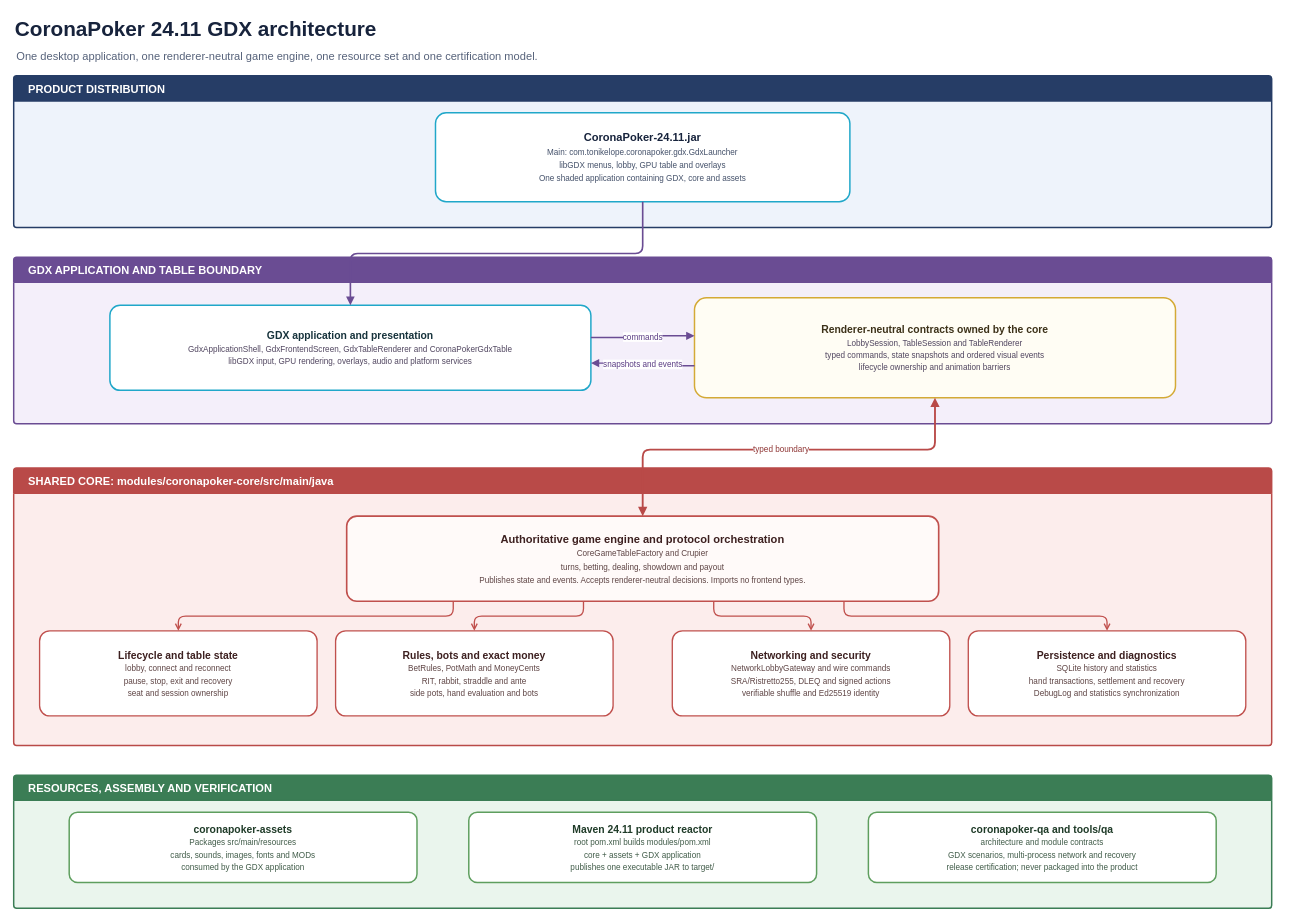
Before: docs/diagrams/coronapoker-module-map.drawio in tonikelope/coronapoker, a draw.io diagram. Source tidied: cells renumbered, new cells numbered last; positions are measured from the earlier drawing's top-left corner, leaving out a move shared by most shapes. Both pictures are drawn from the tidied source at 74%, with x=0, y=0 at pixel (13, 13).
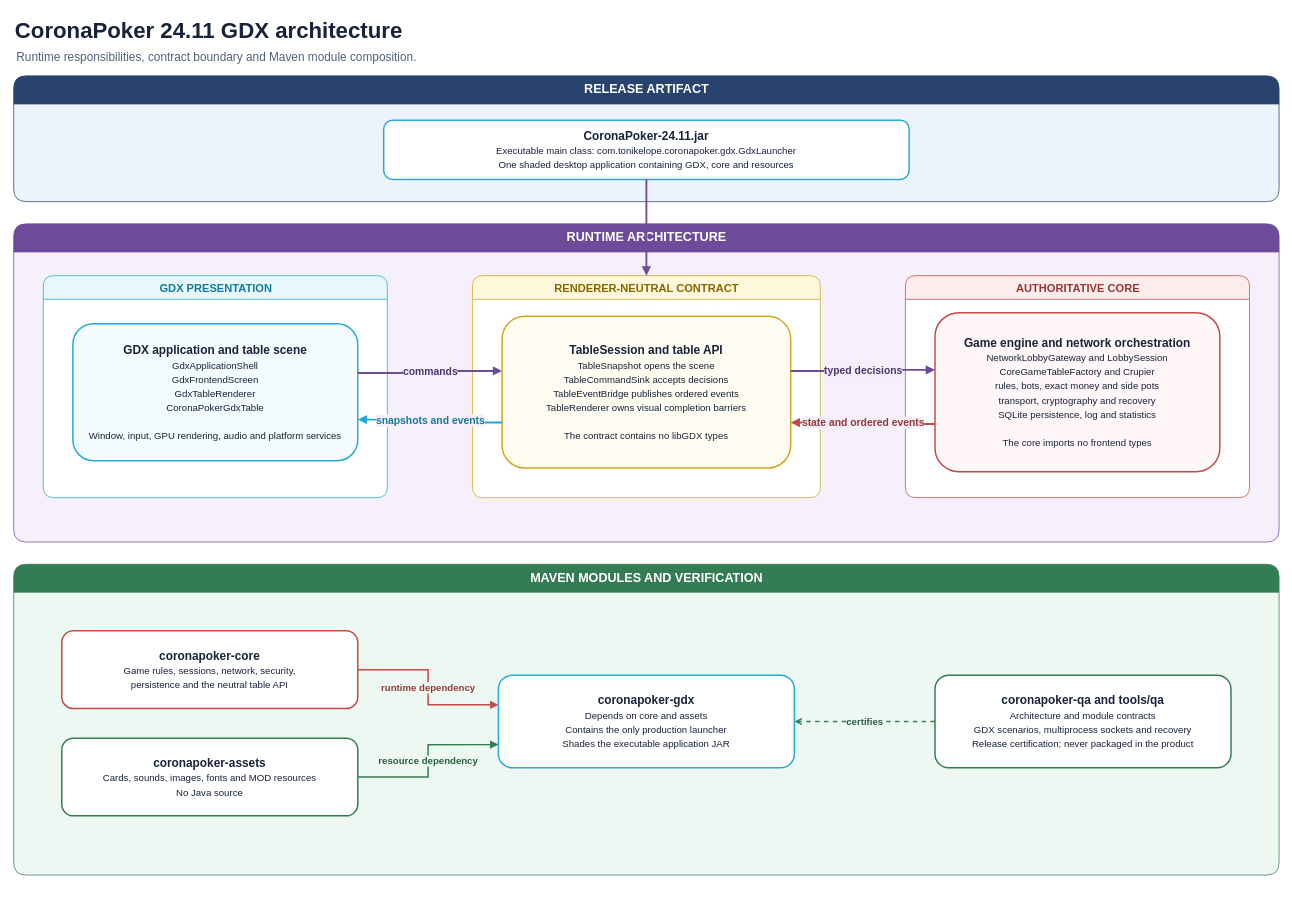
The same page after the edit.

Commit message (it also covers changes not shown here):
docs: redraw GDX architecture diagrams

Diff of the diagram source:
```diff
@@
-<mxGraphModel>
+<mxGraphModel background="#FFFFFF">
@@
-    <mxCell id="2" value="CoronaPoker 24.11 GDX architecture" style="text;html=1;fontSize=28;fontStyle=1;fontColor=#17233c;align=left;verticalAlign=middle;" parent="1" vertex="1">
-      <mxGeometry width="1350" height="42" as="geometry" />
+    <mxCell id="2" value="CoronaPoker 24.11 GDX architecture" style="text;html=1;strokeColor=none;fillColor=none;align=left;verticalAlign=middle;fontSize=30;fontStyle=1;fontColor=#17233B;" parent="1" vertex="1">
+      <mxGeometry width="1050" height="45" as="geometry" />
     </mxCell>
-    <mxCell id="3" value="One desktop application, one renderer-neutral game engine, one resource set and one certification model." style="text;html=1;fontSize=15;fontColor=#56627a;align=left;verticalAlign=middle;" parent="1" vertex="1">
-      <mxGeometry x="2" y="45" width="1600" height="26" as="geometry" />
+    <mxCell id="3" value="Runtime responsibilities, contract boundary and Maven module composition." style="text;html=1;strokeColor=none;fillColor=none;align=left;verticalAlign=middle;fontSize=16;fontColor=#52627A;" parent="1" vertex="1">
+      <mxGeometry x="2" y="45" width="1200" height="28" as="geometry" />
     </mxCell>
-    <mxCell id="4" value="PRODUCT DISTRIBUTION" style="swimlane;rounded=1;arcSize=4;startSize=34;html=1;fillColor=#263d66;swimlaneFillColor=#eef3fb;strokeColor=#263d66;strokeWidth=2;fontColor=#ffffff;fontStyle=1;fontSize=15;align=left;spacingLeft=18;" parent="1" vertex="1">
-      <mxGeometry y="85" width="1700" height="205" as="geometry" />
-    </mxCell>
-    <mxCell id="5" value="&lt;b&gt;CoronaPoker-24.11.jar&lt;/b&gt;&lt;br&gt;&lt;span style=&quot;font-size:11px;color:#44516a&quot;&gt;Main: com.tonikelope.coronapoker.gdx.GdxLauncher&lt;br&gt;libGDX menus, lobby, GPU table and overlays&lt;br&gt;One shaded application containing GDX, core and assets&lt;/span&gt;" style="rounded=1;arcSize=12;whiteSpace=wrap;html=1;fillColor=#ffffff;strokeColor=#20a7c9;strokeWidth=2;fontColor=#17233c;fontSize=15;align=center;verticalAlign=middle;spacing=8;" parent="1" vertex="1">
-      <mxGeometry x="570" y="135" width="560" height="120" as="geometry" />
-    </mxCell>
-    <mxCell id="6" value="GDX APPLICATION AND TABLE BOUNDARY" style="swimlane;rounded=1;arcSize=4;startSize=34;html=1;fillColor=#6a4c93;swimlaneFillColor=#f4effa;strokeColor=#6a4c93;strokeWidth=2;fontColor=#ffffff;fontStyle=1;fontSize=15;align=left;spacingLeft=18;" parent="1" vertex="1">
-      <mxGeometry y="330" width="1700" height="225" as="geometry" />
-    </mxCell>
-    <mxCell id="7" value="&lt;b&gt;GDX application and presentation&lt;/b&gt;&lt;br&gt;&lt;span style=&quot;font-size:11px;color:#514660&quot;&gt;GdxApplicationShell, GdxFrontendScreen, GdxTableRenderer and CoronaPokerGdxTable&lt;br&gt;libGDX input, GPU rendering, overlays, audio and platform services&lt;/span&gt;" style="rounded=1;arcSize=12;whiteSpace=wrap;html=1;fillColor=#ffffff;strokeColor=#20a7c9;strokeWidth=2;fontColor=#17333c;fontSize=14;align=center;verticalAlign=middle;spacing=8;" parent="1" vertex="1">
-      <mxGeometry x="130" y="395" width="650" height="115" as="geometry" />
-    </mxCell>
-    <mxCell id="8" value="&lt;b&gt;Renderer-neutral contracts owned by the core&lt;/b&gt;&lt;br&gt;&lt;span style=&quot;font-size:11px;color:#514660&quot;&gt;LobbySession, TableSession and TableRenderer&lt;br&gt;typed commands, state snapshots and ordered visual events&lt;br&gt;lifecycle ownership and animation barriers&lt;/span&gt;" style="rounded=1;arcSize=12;whiteSpace=wrap;html=1;fillColor=#fffdf4;strokeColor=#d4aa36;strokeWidth=2;fontColor=#3d3219;fontSize=14;align=center;verticalAlign=middle;spacing=7;" parent="1" vertex="1">
-      <mxGeometry x="920" y="385" width="650" height="135" as="geometry" />
-    </mxCell>
-    <mxCell id="9" value="SHARED CORE: modules/coronapoker-core/src/main/java" style="swimlane;rounded=1;arcSize=4;startSize=34;html=1;fillColor=#b94a48;swimlaneFillColor=#fcedec;strokeColor=#b94a48;strokeWidth=2;fontColor=#ffffff;fontStyle=1;fontSize=15;align=left;spacingLeft=18;" parent="1" vertex="1">
-      <mxGeometry y="615" width="1700" height="375" as="geometry" />
-    </mxCell>
-    <mxCell id="10" value="&lt;b&gt;Authoritative game engine and protocol orchestration&lt;/b&gt;&lt;br&gt;&lt;span style=&quot;font-size:11px;color:#5f4545&quot;&gt;CoreGameTableFactory and Crupier&lt;br&gt;turns, betting, dealing, showdown and payout&lt;br&gt;Publishes state and events. Accepts renderer-neutral decisions. Imports no frontend types.&lt;/span&gt;" style="rounded=1;arcSize=12;whiteSpace=wrap;html=1;fillColor=#fffaf9;strokeColor=#c0504d;strokeWidth=2.2;fontColor=#3d2020;fontSize=15;align=center;verticalAlign=middle;spacing=9;" parent="1" vertex="1">
-      <mxGeometry x="450" y="680" width="800" height="115" as="geometry" />
-    </mxCell>
-    <mxCell id="11" value="&lt;b&gt;Lifecycle and table state&lt;/b&gt;&lt;br&gt;&lt;span style=&quot;font-size:11px;color:#5f4545&quot;&gt;lobby, connect and reconnect&lt;br&gt;pause, stop, exit and recovery&lt;br&gt;seat and session ownership&lt;/span&gt;" style="rounded=1;arcSize=12;whiteSpace=wrap;html=1;fillColor=#ffffff;strokeColor=#c0504d;strokeWidth=1.8;fontColor=#3d2020;fontSize=14;align=center;verticalAlign=middle;" parent="1" vertex="1">
-      <mxGeometry x="35" y="835" width="375" height="115" as="geometry" />
-    </mxCell>
-    <mxCell id="12" value="&lt;b&gt;Rules, bots and exact money&lt;/b&gt;&lt;br&gt;&lt;span style=&quot;font-size:11px;color:#5f4545&quot;&gt;BetRules, PotMath and MoneyCents&lt;br&gt;RIT, rabbit, straddle and ante&lt;br&gt;side pots, hand evaluation and bots&lt;/span&gt;" style="rounded=1;arcSize=12;whiteSpace=wrap;html=1;fillColor=#ffffff;strokeColor=#c0504d;strokeWidth=1.8;fontColor=#3d2020;fontSize=14;align=center;verticalAlign=middle;" parent="1" vertex="1">
-      <mxGeometry x="435" y="835" width="375" height="115" as="geometry" />
-    </mxCell>
-    <mxCell id="13" value="&lt;b&gt;Networking and security&lt;/b&gt;&lt;br&gt;&lt;span style=&quot;font-size:11px;color:#5f4545&quot;&gt;NetworkLobbyGateway and wire commands&lt;br&gt;SRA/Ristretto255, DLEQ and signed actions&lt;br&gt;verifiable shuffle and Ed25519 identity&lt;/span&gt;" style="rounded=1;arcSize=12;whiteSpace=wrap;html=1;fillColor=#ffffff;strokeColor=#c0504d;strokeWidth=1.8;fontColor=#3d2020;fontSize=14;align=center;verticalAlign=middle;" parent="1" vertex="1">
-      <mxGeometry x="890" y="835" width="375" height="115" as="geometry" />
-    </mxCell>
-    <mxCell id="14" value="&lt;b&gt;Persistence and diagnostics&lt;/b&gt;&lt;br&gt;&lt;span style=&quot;font-size:11px;color:#5f4545&quot;&gt;SQLite history and statistics&lt;br&gt;hand transactions, settlement and recovery&lt;br&gt;DebugLog and statistics synchronization&lt;/span&gt;" style="rounded=1;arcSize=12;whiteSpace=wrap;html=1;fillColor=#ffffff;strokeColor=#c0504d;strokeWidth=1.8;fontColor=#3d2020;fontSize=14;align=center;verticalAlign=middle;" parent="1" vertex="1">
-      <mxGeometry x="1290" y="835" width="375" height="115" as="geometry" />
-    </mxCell>
-    <mxCell id="15" value="RESOURCES, ASSEMBLY AND VERIFICATION" style="swimlane;rounded=1;arcSize=4;startSize=34;html=1;fillColor=#3b7d55;swimlaneFillColor=#eaf5ed;strokeColor=#3b7d55;strokeWidth=2;fontColor=#ffffff;fontStyle=1;fontSize=15;align=left;spacingLeft=18;" parent="1" vertex="1">
-      <mxGeometry y="1030" width="1700" height="180" as="geometry" />
-    </mxCell>
-    <mxCell id="16" value="&lt;b&gt;coronapoker-assets&lt;/b&gt;&lt;br&gt;&lt;span style=&quot;font-size:11px;color:#415c49&quot;&gt;Packages src/main/resources&lt;br&gt;cards, sounds, images, fonts and MODs&lt;br&gt;consumed by the GDX application&lt;/span&gt;" style="rounded=1;arcSize=12;whiteSpace=wrap;html=1;fillColor=#ffffff;strokeColor=#5e9e5e;strokeWidth=2;fontColor=#1f3b28;fontSize=14;align=center;verticalAlign=middle;spacing=6;" parent="1" vertex="1">
-      <mxGeometry x="75" y="1080" width="470" height="95" as="geometry" />
-    </mxCell>
-    <mxCell id="17" value="&lt;b&gt;Maven 24.11 product reactor&lt;/b&gt;&lt;br&gt;&lt;span style=&quot;font-size:11px;color:#415c49&quot;&gt;root pom.xml builds modules/pom.xml&lt;br&gt;core + assets + GDX application&lt;br&gt;publishes one executable JAR to target/&lt;/span&gt;" style="rounded=1;arcSize=12;whiteSpace=wrap;html=1;fillColor=#ffffff;strokeColor=#5e9e5e;strokeWidth=2;fontColor=#1f3b28;fontSize=14;align=center;verticalAlign=middle;spacing=6;" parent="1" vertex="1">
-      <mxGeometry x="615" y="1080" width="470" height="95" as="geometry" />
-    </mxCell>
-    <mxCell id="18" value="&lt;b&gt;coronapoker-qa and tools/qa&lt;/b&gt;&lt;br&gt;&lt;span style=&quot;font-size:11px;color:#415c49&quot;&gt;architecture and module contracts&lt;br&gt;GDX scenarios, multi-process network and recovery&lt;br&gt;release certification; never packaged into the product&lt;/span&gt;" style="rounded=1;arcSize=12;whiteSpace=wrap;html=1;fillColor=#ffffff;strokeColor=#5e9e5e;strokeWidth=2;fontColor=#1f3b28;fontSize=14;align=center;verticalAlign=middle;spacing=6;" parent="1" vertex="1">
-      <mxGeometry x="1155" y="1080" width="470" height="95" as="geometry" />
-    </mxCell>
-    <mxCell id="19" style="edgeStyle=orthogonalEdgeStyle;rounded=1;html=1;endArrow=block;endFill=1;strokeColor=#6a4c93;strokeWidth=2.2;exitX=0.5;exitY=1;entryX=0.5;entryY=0;" parent="1" edge="1" source="5" target="7">
-      <mxGeometry relative="1" as="geometry" />
-    </mxCell>
+    <mxCell id="27" value="RELEASE ARTIFACT" style="swimlane;html=1;rounded=1;startSize=38;horizontal=1;fillColor=#28436E;swimlaneFillColor=#EDF3FC;strokeColor=#28436E;fontColor=#FFFFFF;fontSize=17;fontStyle=1;" parent="1" vertex="1">
+      <mxGeometry y="85" width="1710" height="170" as="geometry" />
+    </mxCell>
+    <mxCell id="28" value="&lt;b&gt;CoronaPoker-24.11.jar&lt;/b&gt;&lt;br&gt;&lt;font size=&quot;2&quot;&gt;Executable main class: com.tonikelope.coronapoker.gdx.GdxLauncher&lt;br&gt;One shaded desktop application containing GDX, core and resources&lt;/font&gt;" style="rounded=1;whiteSpace=wrap;html=1;fillColor=#FFFFFF;strokeColor=#25A9D6;strokeWidth=2;fontColor=#17233B;fontSize=16;" parent="1" vertex="1">
+      <mxGeometry x="500" y="145" width="710" height="80" as="geometry" />
+    </mxCell>
+    <mxCell id="29" value="RUNTIME ARCHITECTURE" style="swimlane;html=1;rounded=1;startSize=38;horizontal=1;fillColor=#6D4B99;swimlaneFillColor=#F5F0FB;strokeColor=#6D4B99;fontColor=#FFFFFF;fontSize=17;fontStyle=1;" parent="1" vertex="1">
+      <mxGeometry y="285" width="1710" height="430" as="geometry" />
+    </mxCell>
+    <mxCell id="30" value="GDX PRESENTATION" style="swimlane;html=1;rounded=1;startSize=32;horizontal=1;fillColor=#E7F7FC;swimlaneFillColor=#FFFFFF;strokeColor=#25A9D6;fontColor=#147A99;fontSize=15;fontStyle=1;" parent="1" vertex="1">
+      <mxGeometry x="40" y="355" width="465" height="300" as="geometry" />
+    </mxCell>
+    <mxCell id="31" value="&lt;b&gt;GDX application and table scene&lt;/b&gt;&lt;br&gt;&lt;font size=&quot;2&quot;&gt;GdxApplicationShell&lt;br&gt;GdxFrontendScreen&lt;br&gt;GdxTableRenderer&lt;br&gt;CoronaPokerGdxTable&lt;br&gt;&lt;br&gt;Window, input, GPU rendering, audio and platform services&lt;/font&gt;" style="rounded=1;whiteSpace=wrap;html=1;fillColor=#F4FBFE;strokeColor=#25A9D6;strokeWidth=2;fontColor=#17233B;fontSize=16;" parent="1" vertex="1">
+      <mxGeometry x="80" y="420" width="385" height="185" as="geometry" />
+    </mxCell>
+    <mxCell id="32" value="RENDERER-NEUTRAL CONTRACT" style="swimlane;html=1;rounded=1;startSize=32;horizontal=1;fillColor=#FFF7DC;swimlaneFillColor=#FFFFFF;strokeColor=#D4A51D;fontColor=#886600;fontSize=15;fontStyle=1;" parent="1" vertex="1">
+      <mxGeometry x="620" y="355" width="470" height="300" as="geometry" />
+    </mxCell>
+    <mxCell id="33" value="&lt;b&gt;TableSession and table API&lt;/b&gt;&lt;br&gt;&lt;font size=&quot;2&quot;&gt;TableSnapshot opens the scene&lt;br&gt;TableCommandSink accepts decisions&lt;br&gt;TableEventBridge publishes ordered events&lt;br&gt;TableRenderer owns visual completion barriers&lt;br&gt;&lt;br&gt;The contract contains no libGDX types&lt;/font&gt;" style="rounded=1;whiteSpace=wrap;html=1;fillColor=#FFFCF1;strokeColor=#D4A51D;strokeWidth=2;fontColor=#17233B;fontSize=16;" parent="1" vertex="1">
+      <mxGeometry x="660" y="410" width="390" height="205" as="geometry" />
+    </mxCell>
+    <mxCell id="34" value="AUTHORITATIVE CORE" style="swimlane;html=1;rounded=1;startSize=32;horizontal=1;fillColor=#FDECEC;swimlaneFillColor=#FFFFFF;strokeColor=#C34B47;fontColor=#983733;fontSize=15;fontStyle=1;" parent="1" vertex="1">
+      <mxGeometry x="1205" y="355" width="465" height="300" as="geometry" />
+    </mxCell>
+    <mxCell id="35" value="&lt;b&gt;Game engine and network orchestration&lt;/b&gt;&lt;br&gt;&lt;font size=&quot;2&quot;&gt;NetworkLobbyGateway and LobbySession&lt;br&gt;CoreGameTableFactory and Crupier&lt;br&gt;rules, bots, exact money and side pots&lt;br&gt;transport, cryptography and recovery&lt;br&gt;SQLite persistence, log and statistics&lt;br&gt;&lt;br&gt;The core imports no frontend types&lt;/font&gt;" style="rounded=1;whiteSpace=wrap;html=1;fillColor=#FFF7F7;strokeColor=#C34B47;strokeWidth=2;fontColor=#17233B;fontSize=16;" parent="1" vertex="1">
+      <mxGeometry x="1245" y="405" width="385" height="215" as="geometry" />
+    </mxCell>
+    <mxCell id="36" style="edgeStyle=orthogonalEdgeStyle;rounded=0;html=1;endArrow=block;endFill=1;strokeColor=#6D4B99;strokeWidth=2.5;exitX=0.5;exitY=1;entryX=0.5;entryY=0;" parent="1" edge="1" source="28" target="32">
+      <mxGeometry relative="1" as="geometry" />
+    </mxCell>
-    <mxCell id="20" value="commands" style="edgeStyle=orthogonalEdgeStyle;rounded=1;html=1;endArrow=block;endFill=1;strokeColor=#6a4c93;strokeWidth=2;exitX=1;exitY=0.38;entryX=0;entryY=0.38;fontColor=#5a3c83;labelBackgroundColor=#ffffff;" parent="1" edge="1" source="7" target="8">
+    <mxCell id="20" value="commands" style="edgeStyle=orthogonalEdgeStyle;rounded=0;html=1;endArrow=block;endFill=1;strokeColor=#6D4B99;strokeWidth=2.5;fontColor=#4E3670;fontSize=14;fontStyle=1;labelBackgroundColor=#F5F0FB;exitX=1;exitY=0.36;entryX=0;entryY=0.36;" parent="1" edge="1" source="31" target="33">
       <mxGeometry relative="1" as="geometry" />
     </mxCell>
-    <mxCell id="21" value="snapshots and events" style="edgeStyle=orthogonalEdgeStyle;rounded=1;html=1;endArrow=block;endFill=1;strokeColor=#6a4c93;strokeWidth=2;exitX=0;exitY=0.68;entryX=1;entryY=0.68;fontColor=#5a3c83;labelBackgroundColor=#ffffff;" parent="1" edge="1" source="8" target="7">
+    <mxCell id="21" value="snapshots and events" style="edgeStyle=orthogonalEdgeStyle;rounded=0;html=1;endArrow=block;endFill=1;strokeColor=#25A9D6;strokeWidth=2.5;fontColor=#147A99;fontSize=14;fontStyle=1;labelBackgroundColor=#F5F0FB;exitX=0;exitY=0.70;entryX=1;entryY=0.70;" parent="1" edge="1" source="33" target="31">
       <mxGeometry relative="1" as="geometry" />
     </mxCell>
-    <mxCell id="22" value="typed boundary" style="edgeStyle=orthogonalEdgeStyle;rounded=1;html=1;startArrow=block;startFill=1;endArrow=block;endFill=1;strokeColor=#b94a48;strokeWidth=2.5;exitX=0.5;exitY=1;entryX=0.5;entryY=0;fontColor=#8f3635;labelBackgroundColor=#ffffff;" parent="1" edge="1" source="8" target="10">
-      <mxGeometry relative="1" as="geometry">
-        <Array as="points">
-          <mxPoint x="1245" y="590" />
-          <mxPoint x="850" y="590" />
-        </Array>
-      </mxGeometry>
-    </mxCell>
-    <mxCell id="23" style="edgeStyle=orthogonalEdgeStyle;rounded=1;html=1;endArrow=open;endFill=0;strokeColor=#c0504d;strokeWidth=1.8;exitX=0.18;exitY=1;entryX=0.5;entryY=0;" parent="1" edge="1" source="10" target="11">
-      <mxGeometry relative="1" as="geometry" />
-    </mxCell>
-    <mxCell id="24" style="edgeStyle=orthogonalEdgeStyle;rounded=1;html=1;endArrow=open;endFill=0;strokeColor=#c0504d;strokeWidth=1.8;exitX=0.4;exitY=1;entryX=0.5;entryY=0;" parent="1" edge="1" source="10" target="12">
-      <mxGeometry relative="1" as="geometry" />
-    </mxCell>
-    <mxCell id="25" style="edgeStyle=orthogonalEdgeStyle;rounded=1;html=1;endArrow=open;endFill=0;strokeColor=#c0504d;strokeWidth=1.8;exitX=0.62;exitY=1;entryX=0.5;entryY=0;" parent="1" edge="1" source="10" target="13">
-      <mxGeometry relative="1" as="geometry" />
-    </mxCell>
-    <mxCell id="26" style="edgeStyle=orthogonalEdgeStyle;rounded=1;html=1;endArrow=open;endFill=0;strokeColor=#c0504d;strokeWidth=1.8;exitX=0.84;exitY=1;entryX=0.5;entryY=0;" parent="1" edge="1" source="10" target="14">
-      <mxGeometry relative="1" as="geometry" />
-    </mxCell>
+    <mxCell id="37" value="typed decisions" style="edgeStyle=orthogonalEdgeStyle;rounded=0;html=1;endArrow=block;endFill=1;strokeColor=#6D4B99;strokeWidth=2.5;fontColor=#4E3670;fontSize=14;fontStyle=1;labelBackgroundColor=#F5F0FB;exitX=1;exitY=0.36;entryX=0;entryY=0.36;" parent="1" edge="1" source="33" target="35">
+      <mxGeometry relative="1" as="geometry" />
+    </mxCell>
+    <mxCell id="38" value="state and ordered events" style="edgeStyle=orthogonalEdgeStyle;rounded=0;html=1;endArrow=block;endFill=1;strokeColor=#C34B47;strokeWidth=2.5;fontColor=#983733;fontSize=14;fontStyle=1;labelBackgroundColor=#F5F0FB;exitX=0;exitY=0.70;entryX=1;entryY=0.70;" parent="1" edge="1" source="35" target="33">
+      <mxGeometry relative="1" as="geometry" />
+    </mxCell>
+    <mxCell id="39" value="MAVEN MODULES AND VERIFICATION" style="swimlane;html=1;rounded=1;startSize=38;horizontal=1;fillColor=#347C53;swimlaneFillColor=#EEF8F2;strokeColor=#347C53;fontColor=#FFFFFF;fontSize=17;fontStyle=1;" parent="1" vertex="1">
+      <mxGeometry y="745" width="1710" height="420" as="geometry" />
+    </mxCell>
+    <mxCell id="40" value="&lt;b&gt;coronapoker-core&lt;/b&gt;&lt;br&gt;&lt;font size=&quot;2&quot;&gt;Game rules, sessions, network, security,&lt;br&gt;persistence and the neutral table API&lt;/font&gt;" style="rounded=1;whiteSpace=wrap;html=1;fillColor=#FFFFFF;strokeColor=#C34B47;strokeWidth=2;fontColor=#17233B;fontSize=16;" parent="1" vertex="1">
+      <mxGeometry x="65" y="835" width="400" height="105" as="geometry" />
+    </mxCell>
+    <mxCell id="41" value="&lt;b&gt;coronapoker-assets&lt;/b&gt;&lt;br&gt;&lt;font size=&quot;2&quot;&gt;Cards, sounds, images, fonts and MOD resources&lt;br&gt;No Java source&lt;/font&gt;" style="rounded=1;whiteSpace=wrap;html=1;fillColor=#FFFFFF;strokeColor=#347C53;strokeWidth=2;fontColor=#17233B;fontSize=16;" parent="1" vertex="1">
+      <mxGeometry x="65" y="980" width="400" height="105" as="geometry" />
+    </mxCell>
+    <mxCell id="42" value="&lt;b&gt;coronapoker-gdx&lt;/b&gt;&lt;br&gt;&lt;font size=&quot;2&quot;&gt;Depends on core and assets&lt;br&gt;Contains the only production launcher&lt;br&gt;Shades the executable application JAR&lt;/font&gt;" style="rounded=1;whiteSpace=wrap;html=1;fillColor=#FFFFFF;strokeColor=#25A9D6;strokeWidth=2;fontColor=#17233B;fontSize=16;" parent="1" vertex="1">
+      <mxGeometry x="655" y="895" width="400" height="125" as="geometry" />
+    </mxCell>
+    <mxCell id="43" value="&lt;b&gt;coronapoker-qa and tools/qa&lt;/b&gt;&lt;br&gt;&lt;font size=&quot;2&quot;&gt;Architecture and module contracts&lt;br&gt;GDX scenarios, multiprocess sockets and recovery&lt;br&gt;Release certification; never packaged in the product&lt;/font&gt;" style="rounded=1;whiteSpace=wrap;html=1;fillColor=#FFFFFF;strokeColor=#347C53;strokeWidth=2;fontColor=#17233B;fontSize=16;" parent="1" vertex="1">
+      <mxGeometry x="1245" y="895" width="400" height="125" as="geometry" />
+    </mxCell>
+    <mxCell id="44" value="runtime dependency" style="edgeStyle=orthogonalEdgeStyle;rounded=0;html=1;endArrow=block;endFill=1;strokeColor=#C34B47;strokeWidth=2;fontColor=#983733;fontSize=13;fontStyle=1;labelBackgroundColor=#EEF8F2;exitX=1;exitY=0.5;entryX=0;entryY=0.32;" parent="1" edge="1" source="40" target="42">
+      <mxGeometry relative="1" as="geometry" />
+    </mxCell>
+    <mxCell id="45" value="resource dependency" style="edgeStyle=orthogonalEdgeStyle;rounded=0;html=1;endArrow=block;endFill=1;strokeColor=#347C53;strokeWidth=2;fontColor=#285F40;fontSize=13;fontStyle=1;labelBackgroundColor=#EEF8F2;exitX=1;exitY=0.5;entryX=0;entryY=0.75;" parent="1" edge="1" source="41" target="42">
+      <mxGeometry relative="1" as="geometry" />
+    </mxCell>
+    <mxCell id="46" value="certifies" style="edgeStyle=orthogonalEdgeStyle;rounded=0;html=1;endArrow=open;endFill=0;dashed=1;strokeColor=#347C53;strokeWidth=2;fontColor=#285F40;fontSize=13;fontStyle=1;labelBackgroundColor=#EEF8F2;exitX=0;exitY=0.5;entryX=1;entryY=0.5;" parent="1" edge="1" source="43" target="42">
+      <mxGeometry relative="1" as="geometry" />
+    </mxCell>
```
